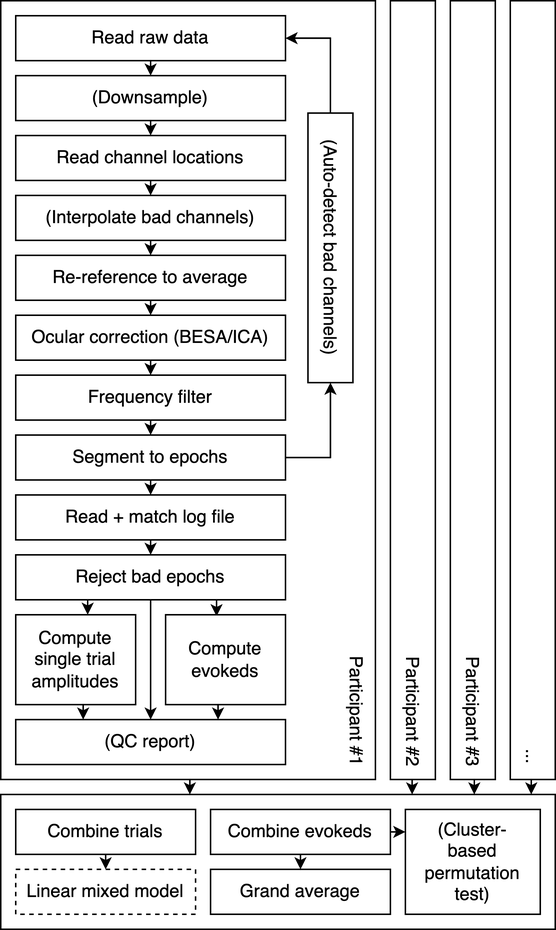
Above: figures/flowchart.png in alexenge/hu-neuro-pipeline-workshop (draw.io), before the change. Source tidied: cells renumbered, new cells last; positions are measured from the earlier drawing's top-left corner, leaving out a move shared by most shapes.
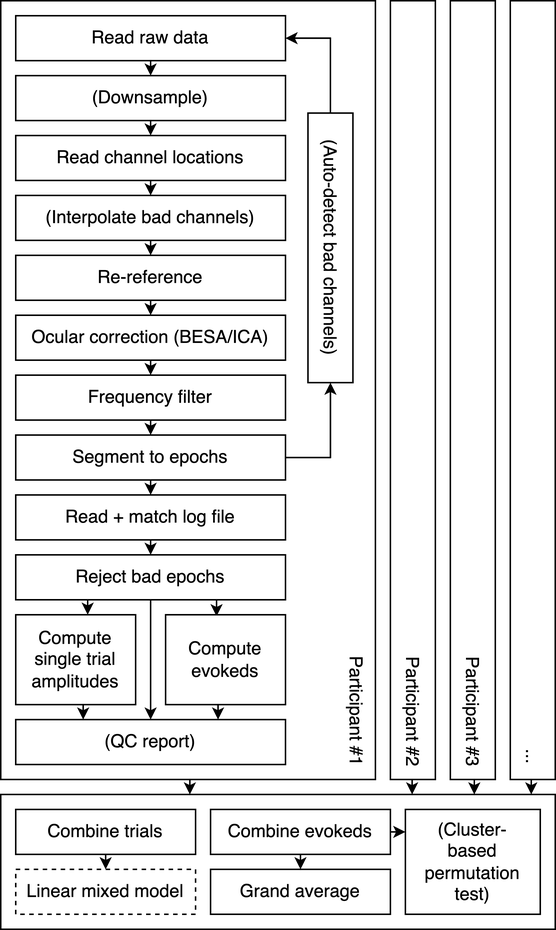
The same diagram one commit later.

What changed in the source:
```diff
@@ -35,7 +35,7 @@
     <mxCell id="12" style="edgeStyle=orthogonalEdgeStyle;rounded=0;jettySize=auto;html=1;exitX=0.5;exitY=1;exitDx=0;exitDy=0;entryX=0.5;entryY=0;entryDx=0;entryDy=0;endSize=5;" parent="1" edge="1" source="13" target="15">
       <mxGeometry relative="1" as="geometry" />
     </mxCell>
-    <mxCell id="13" value="Re-reference to average" style="rounded=0;whiteSpace=wrap;html=1;" parent="1" vertex="1">
+    <mxCell id="13" value="Re-reference" style="rounded=0;whiteSpace=wrap;html=1;" parent="1" vertex="1">
       <mxGeometry x="10" y="170" width="180" height="30" as="geometry" />
     </mxCell>
     <mxCell id="14" style="edgeStyle=orthogonalEdgeStyle;rounded=0;jettySize=auto;html=1;exitX=0.5;exitY=1;exitDx=0;exitDy=0;entryX=0.5;entryY=0;entryDx=0;entryDy=0;endSize=5;" parent="1" edge="1" source="15" target="17">
```
